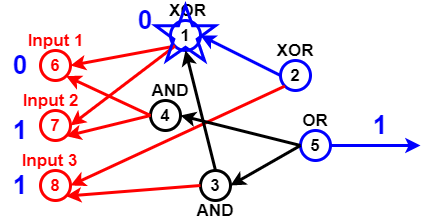
Earlier version of the draw.io export Untitled Diagram.png (sara1024/-CCF201412-2-Z-). Source tidied: cells renumbered, new cells last; positions are measured from the earlier drawing's top-left corner, leaving out a move shared by most shapes.
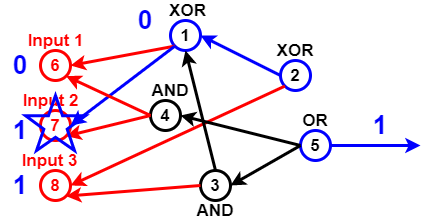
Later version of the same file.

The edit, as a diff of the source:
```diff
@@ -17,7 +17,7 @@
     <mxCell id="6" style="endArrow=classic;html=1;fontSize=17;fontColor=#000000;strokeWidth=3;entryX=1;entryY=0.5;entryDx=0;entryDy=0;exitX=0;exitY=1;exitDx=0;exitDy=0;strokeColor=#FF0000;" parent="1" edge="1" source="5" target="2">
       <mxGeometry relative="1" as="geometry" />
     </mxCell>
-    <mxCell id="7" style="endArrow=classic;html=1;strokeWidth=3;fontSize=17;fontColor=#000000;entryX=1;entryY=0.5;entryDx=0;entryDy=0;exitX=0;exitY=1;exitDx=0;exitDy=0;strokeColor=#FF0000;" parent="1" edge="1" source="5" target="3">
+    <mxCell id="7" style="endArrow=classic;html=1;strokeWidth=3;fontSize=17;fontColor=#000000;entryX=1;entryY=0.5;entryDx=0;entryDy=0;exitX=0;exitY=1;exitDx=0;exitDy=0;strokeColor=#0000FF;" parent="1" edge="1" source="5" target="3">
       <mxGeometry relative="1" as="geometry" />
     </mxCell>
     <mxCell id="8" value="4" style="ellipse;whiteSpace=wrap;html=1;strokeColor=#000000;strokeWidth=3;fillColor=none;fontSize=17;fontColor=#000000;fontStyle=1;" parent="1" vertex="1">
@@ -98,7 +98,7 @@
       </mxGeometry>
     </mxCell>
     <mxCell id="33" style="verticalLabelPosition=bottom;verticalAlign=top;html=1;shape=mxgraph.basic.star;strokeWidth=3;fillColor=none;gradientColor=none;fontSize=26;fontColor=#0000FF;strokeColor=#0000FF;" parent="1" vertex="1">
-      <mxGeometry x="155" y="5" width="60" height="55" as="geometry" />
+      <mxGeometry x="25" y="95" width="60" height="55" as="geometry" />
     </mxCell>
     <mxCell id="34" value="0" style="text;html=1;strokeColor=none;fillColor=none;align=center;verticalAlign=middle;whiteSpace=wrap;rounded=0;fontSize=26;fontColor=#0000FF;fontStyle=1;" parent="1" vertex="1">
       <mxGeometry x="125" y="10" width="40" height="20" as="geometry" />
```
